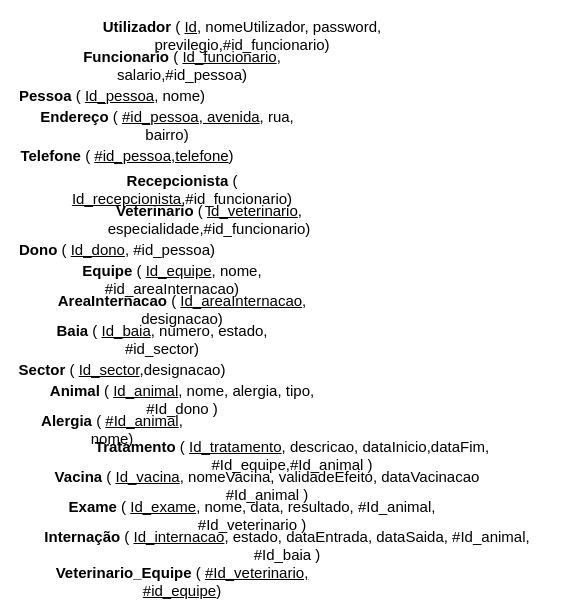
JeanJacquesNS/clinica-veterinaria keeps this draw.io diagram as page "Normalização" (3 of 8) of modelagem_banco-de-dados/ClinicaVeterianaria.drawio. Above is the earlier version. Source tidied: cells renumbered, new cells numbered last; positions are measured from the earlier drawing's top-left corner, leaving out a move shared by most shapes. Both pictures are drawn from the tidied source at 100%, with x=0, y=0 at pixel (17, 20).
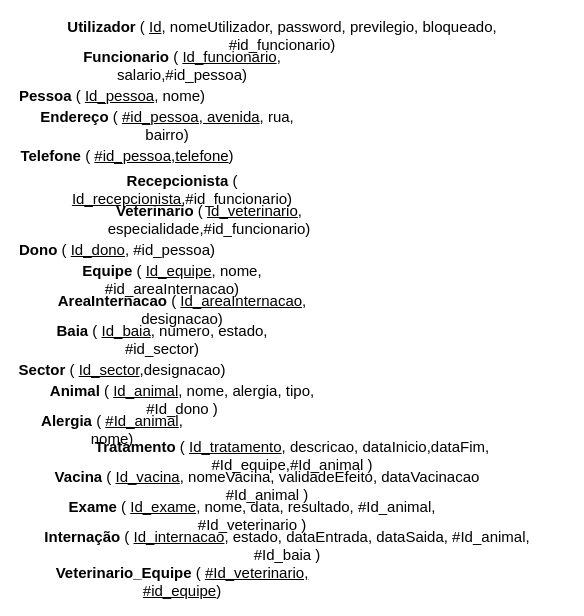
The same page after the edit.

Change to the diagram source:
```diff
@@
-    <mxCell id="2" value="&lt;b&gt;Utilizador&lt;/b&gt; ( &lt;u&gt;Id&lt;/u&gt;, nomeUtilizador, password, previlegio,#id_funcionario)" style="text;html=1;strokeColor=none;fillColor=none;align=center;verticalAlign=middle;whiteSpace=wrap;rounded=0;fontSize=15;" parent="1" vertex="1">
-      <mxGeometry width="450" height="30" as="geometry" />
-    </mxCell>
+    <mxCell id="21" value="&lt;b&gt;Utilizador&lt;/b&gt; ( &lt;u&gt;Id&lt;/u&gt;, nomeUtilizador, password, previlegio, bloqueado, #id_funcionario)" style="text;html=1;strokeColor=none;fillColor=none;align=center;verticalAlign=middle;whiteSpace=wrap;rounded=0;fontSize=15;" parent="1" vertex="1">
+      <mxGeometry width="530" height="30" as="geometry" />
+    </mxCell>
```
